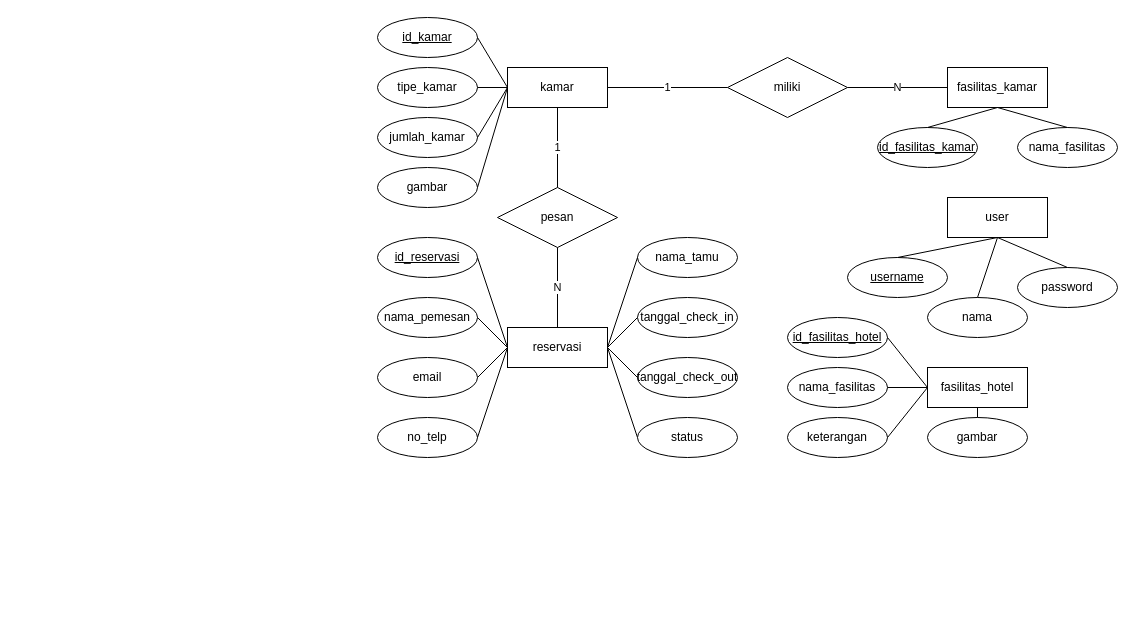
airellzulkarnain/P2_UKK keeps this draw.io diagram as docs/diagrams/ERD_HOTEL_P2_UKK.drawio. Above is the earlier version. Source tidied: cells renumbered, new cells numbered last; positions are measured from the earlier drawing's top-left corner, leaving out a move shared by most shapes. Both pictures are drawn from the tidied source at 100%, with x=0, y=0 at pixel (377, 17).
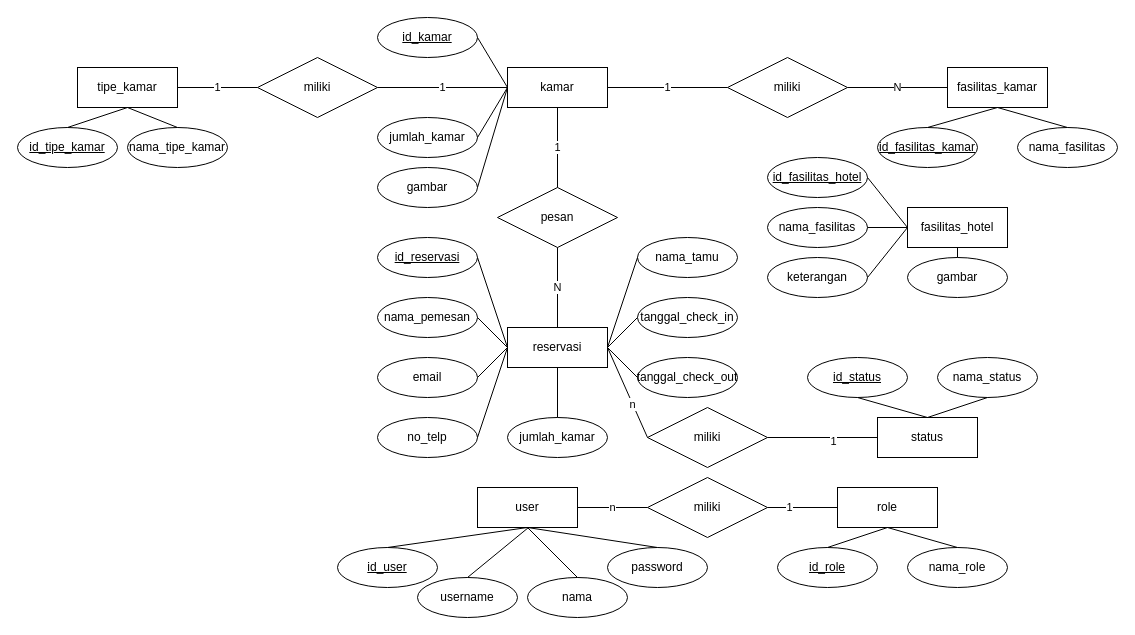
After the change.

Unchanged cells that the change refers to:
```xml
<mxCell id="9" value="kamar" style="whiteSpace=wrap;html=1;align=center;" parent="1" vertex="1">
  <mxGeometry x="130" y="50" width="100" height="40" as="geometry" />
</mxCell>
<mxCell id="33" value="reservasi" style="whiteSpace=wrap;html=1;align=center;" parent="1" vertex="1">
  <mxGeometry x="130" y="310" width="100" height="40" as="geometry" />
</mxCell>
<mxCell id="38" value="nama_tamu" style="ellipse;whiteSpace=wrap;html=1;align=center;" parent="1" vertex="1">
  <mxGeometry x="260" y="220" width="100" height="40" as="geometry" />
</mxCell>
```

The edit, as a diff of the source:
```diff
@@
     <mxCell id="2" value="user" style="whiteSpace=wrap;html=1;align=center;" parent="1" vertex="1">
-      <mxGeometry x="570" y="180" width="100" height="40" as="geometry" />
+      <mxGeometry x="100" y="470" width="100" height="40" as="geometry" />
     </mxCell>
     <mxCell id="3" value="nama" style="ellipse;whiteSpace=wrap;html=1;align=center;" parent="1" vertex="1">
-      <mxGeometry x="550" y="280" width="100" height="40" as="geometry" />
+      <mxGeometry x="150" y="560" width="100" height="40" as="geometry" />
     </mxCell>
-    <mxCell id="4" value="username" style="ellipse;whiteSpace=wrap;html=1;align=center;fontStyle=4;" parent="1" vertex="1">
-      <mxGeometry x="470" y="240" width="100" height="40" as="geometry" />
+    <mxCell id="4" value="id_user" style="ellipse;whiteSpace=wrap;html=1;align=center;fontStyle=4;" parent="1" vertex="1">
+      <mxGeometry x="-40" y="530" width="100" height="40" as="geometry" />
     </mxCell>
     <mxCell id="5" value="password" style="ellipse;whiteSpace=wrap;html=1;align=center;" parent="1" vertex="1">
-      <mxGeometry x="640" y="250" width="100" height="40" as="geometry" />
+      <mxGeometry x="230" y="530" width="100" height="40" as="geometry" />
     </mxCell>
@@
-    <mxCell id="11" value="tipe_kamar" style="ellipse;whiteSpace=wrap;html=1;align=center;" parent="1" vertex="1">
-      <mxGeometry y="50" width="100" height="40" as="geometry" />
-    </mxCell>
@@
-    <mxCell id="14" style="endArrow=none;html=1;rounded=0;exitX=1;exitY=0.5;exitDx=0;exitDy=0;entryX=0;entryY=0.5;entryDx=0;entryDy=0;" parent="1" edge="1" source="11" target="9">
+    <mxCell id="14" value="1" style="endArrow=none;html=1;rounded=0;exitX=1;exitY=0.5;exitDx=0;exitDy=0;entryX=0;entryY=0.5;entryDx=0;entryDy=0;" parent="1" edge="1" source="67" target="9">
       <mxGeometry relative="1" as="geometry" />
     </mxCell>
@@
     <mxCell id="24" value="fasilitas_hotel" style="whiteSpace=wrap;html=1;align=center;" parent="1" vertex="1">
-      <mxGeometry x="550" y="350" width="100" height="40" as="geometry" />
+      <mxGeometry x="530" y="190" width="100" height="40" as="geometry" />
     </mxCell>
     <mxCell id="25" value="nama_fasilitas" style="ellipse;whiteSpace=wrap;html=1;align=center;" parent="1" vertex="1">
-      <mxGeometry x="410" y="350" width="100" height="40" as="geometry" />
+      <mxGeometry x="390" y="190" width="100" height="40" as="geometry" />
     </mxCell>
     <mxCell id="26" value="keterangan" style="ellipse;whiteSpace=wrap;html=1;align=center;" parent="1" vertex="1">
-      <mxGeometry x="410" y="400" width="100" height="40" as="geometry" />
+      <mxGeometry x="390" y="240" width="100" height="40" as="geometry" />
     </mxCell>
     <mxCell id="27" value="gambar" style="ellipse;whiteSpace=wrap;html=1;align=center;" parent="1" vertex="1">
-      <mxGeometry x="550" y="400" width="100" height="40" as="geometry" />
+      <mxGeometry x="530" y="240" width="100" height="40" as="geometry" />
     </mxCell>
     <mxCell id="28" value="id_fasilitas_hotel" style="ellipse;whiteSpace=wrap;html=1;align=center;fontStyle=4;" parent="1" vertex="1">
-      <mxGeometry x="410" y="300" width="100" height="40" as="geometry" />
+      <mxGeometry x="390" y="140" width="100" height="40" as="geometry" />
     </mxCell>
@@
-    <mxCell id="41" style="endArrow=none;html=1;rounded=0;entryX=0;entryY=0.5;entryDx=0;entryDy=0;exitX=0;exitY=0.5;exitDx=0;exitDy=0;" parent="1" edge="1" source="48" target="38">
+    <mxCell id="41" style="endArrow=none;html=1;rounded=0;entryX=0;entryY=0.5;entryDx=0;entryDy=0;exitX=0;exitY=0.5;exitDx=0;exitDy=0;" parent="1" edge="1" source="73" target="38">
       <mxGeometry relative="1" as="geometry">
         <Array as="points">
           <mxPoint x="230" y="330" />
         </Array>
       </mxGeometry>
     </mxCell>
+    <mxCell id="51" value="n" style="edgeLabel;html=1;align=center;verticalAlign=middle;" parent="41" vertex="1">
+      <mxGeometry x="-0.62" relative="1" as="geometry" />
+    </mxCell>
@@
-    <mxCell id="48" value="status" style="ellipse;whiteSpace=wrap;html=1;align=center;" parent="1" vertex="1">
-      <mxGeometry x="260" y="400" width="100" height="40" as="geometry" />
-    </mxCell>
@@
+    <mxCell id="52" value="nama_role" style="ellipse;whiteSpace=wrap;html=1;align=center;" parent="1" vertex="1">
+      <mxGeometry x="530" y="530" width="100" height="40" as="geometry" />
+    </mxCell>
+    <mxCell id="53" value="id_role" style="ellipse;whiteSpace=wrap;html=1;align=center;fontStyle=4;" parent="1" vertex="1">
+      <mxGeometry x="400" y="530" width="100" height="40" as="geometry" />
+    </mxCell>
+    <mxCell id="54" value="role" style="whiteSpace=wrap;html=1;align=center;" parent="1" vertex="1">
+      <mxGeometry x="460" y="470" width="100" height="40" as="geometry" />
+    </mxCell>
+    <mxCell id="55" style="endArrow=none;html=1;rounded=0;exitX=0.5;exitY=0;exitDx=0;exitDy=0;entryX=0.5;entryY=0;entryDx=0;entryDy=0;" parent="1" edge="1" source="53" target="52">
+      <mxGeometry relative="1" as="geometry">
+        <Array as="points">
+          <mxPoint x="510" y="510" />
+        </Array>
+      </mxGeometry>
+    </mxCell>
+    <mxCell id="56" value="miliki" style="shape=rhombus;perimeter=rhombusPerimeter;whiteSpace=wrap;html=1;align=center;" parent="1" vertex="1">
+      <mxGeometry x="270" y="460" width="120" height="60" as="geometry" />
+    </mxCell>
+    <mxCell id="57" value="n" style="endArrow=none;html=1;rounded=0;entryX=0;entryY=0.5;entryDx=0;entryDy=0;exitX=1;exitY=0.5;exitDx=0;exitDy=0;" parent="1" edge="1" source="2" target="56">
+      <mxGeometry relative="1" as="geometry" />
+    </mxCell>
+    <mxCell id="58" style="endArrow=none;html=1;rounded=0;entryX=0;entryY=0.5;entryDx=0;entryDy=0;exitX=1;exitY=0.5;exitDx=0;exitDy=0;" parent="1" edge="1" source="56" target="54">
+      <mxGeometry relative="1" as="geometry" />
+    </mxCell>
+    <mxCell id="59" value="1" style="edgeLabel;html=1;align=center;verticalAlign=middle;" parent="58" vertex="1">
+      <mxGeometry x="-0.4" y="1" relative="1" as="geometry" />
+    </mxCell>
+    <mxCell id="60" value="username" style="ellipse;whiteSpace=wrap;html=1;align=center;" parent="1" vertex="1">
+      <mxGeometry x="40" y="560" width="100" height="40" as="geometry" />
+    </mxCell>
+    <mxCell id="61" style="endArrow=none;html=1;rounded=0;exitX=0.5;exitY=0;exitDx=0;exitDy=0;" parent="1" edge="1" source="60">
+      <mxGeometry relative="1" as="geometry">
+        <mxPoint x="151" y="510" as="targetPoint" />
+      </mxGeometry>
+    </mxCell>
+    <mxCell id="62" value="jumlah_kamar" style="ellipse;whiteSpace=wrap;html=1;align=center;" parent="1" vertex="1">
+      <mxGeometry x="130" y="400" width="100" height="40" as="geometry" />
+    </mxCell>
+    <mxCell id="63" style="endArrow=none;html=1;rounded=0;exitX=0.5;exitY=1;exitDx=0;exitDy=0;entryX=0.5;entryY=0;entryDx=0;entryDy=0;" parent="1" edge="1" source="33" target="62">
+      <mxGeometry relative="1" as="geometry" />
+    </mxCell>
+    <mxCell id="11" value="tipe_kamar" style="rounded=1;arcSize=0;whiteSpace=wrap;html=1;align=center;" parent="1" vertex="1">
+      <mxGeometry x="-300" y="50" width="100" height="40" as="geometry" />
+    </mxCell>
+    <mxCell id="64" value="id_tipe_kamar" style="ellipse;whiteSpace=wrap;html=1;align=center;fontStyle=4;" parent="1" vertex="1">
+      <mxGeometry x="-360" y="110" width="100" height="40" as="geometry" />
+    </mxCell>
+    <mxCell id="65" value="nama_tipe_kamar" style="ellipse;whiteSpace=wrap;html=1;align=center;" parent="1" vertex="1">
+      <mxGeometry x="-250" y="110" width="100" height="40" as="geometry" />
+    </mxCell>
+    <mxCell id="66" style="endArrow=none;html=1;rounded=0;exitX=0.5;exitY=0;exitDx=0;exitDy=0;entryX=0.5;entryY=0;entryDx=0;entryDy=0;" parent="1" edge="1" source="64" target="65">
+      <mxGeometry relative="1" as="geometry">
+        <Array as="points">
+          <mxPoint x="-250" y="90" />
+        </Array>
+      </mxGeometry>
+    </mxCell>
+    <mxCell id="67" value="miliki" style="shape=rhombus;perimeter=rhombusPerimeter;whiteSpace=wrap;html=1;align=center;" parent="1" vertex="1">
+      <mxGeometry x="-120" y="40" width="120" height="60" as="geometry" />
+    </mxCell>
+    <mxCell id="68" value="1" style="endArrow=none;html=1;rounded=0;exitX=1;exitY=0.5;exitDx=0;exitDy=0;entryX=0;entryY=0.5;entryDx=0;entryDy=0;" parent="1" edge="1" source="11" target="67">
+      <mxGeometry relative="1" as="geometry" />
+    </mxCell>
+    <mxCell id="48" value="status" style="whiteSpace=wrap;html=1;align=center;" parent="1" vertex="1">
+      <mxGeometry x="500" y="400" width="100" height="40" as="geometry" />
+    </mxCell>
+    <mxCell id="69" value="nama_status" style="ellipse;whiteSpace=wrap;html=1;align=center;" parent="1" vertex="1">
+      <mxGeometry x="560" y="340" width="100" height="40" as="geometry" />
+    </mxCell>
+    <mxCell id="70" value="id_status" style="ellipse;whiteSpace=wrap;html=1;align=center;fontStyle=4;" parent="1" vertex="1">
+      <mxGeometry x="430" y="340" width="100" height="40" as="geometry" />
+    </mxCell>
+    <mxCell id="71" style="endArrow=none;html=1;rounded=0;entryX=0.5;entryY=1;entryDx=0;entryDy=0;" parent="1" edge="1" target="69">
+      <mxGeometry relative="1" as="geometry">
+        <mxPoint x="550" y="400" as="sourcePoint" />
+      </mxGeometry>
+    </mxCell>
+    <mxCell id="72" style="endArrow=none;html=1;rounded=0;entryX=0.5;entryY=1;entryDx=0;entryDy=0;exitX=0.5;exitY=0;exitDx=0;exitDy=0;" parent="1" edge="1" source="48" target="70">
+      <mxGeometry relative="1" as="geometry" />
+    </mxCell>
+    <mxCell id="73" value="miliki" style="shape=rhombus;perimeter=rhombusPerimeter;whiteSpace=wrap;html=1;align=center;" parent="1" vertex="1">
+      <mxGeometry x="270" y="390" width="120" height="60" as="geometry" />
+    </mxCell>
+    <mxCell id="74" style="endArrow=none;html=1;rounded=0;entryX=0;entryY=0.5;entryDx=0;entryDy=0;exitX=1;exitY=0.5;exitDx=0;exitDy=0;" parent="1" edge="1" source="73" target="48">
+      <mxGeometry relative="1" as="geometry" />
+    </mxCell>
+    <mxCell id="75" value="1" style="edgeLabel;html=1;align=center;verticalAlign=middle;" parent="74" vertex="1">
+      <mxGeometry x="0.18" y="-3" relative="1" as="geometry" />
+    </mxCell>
```
